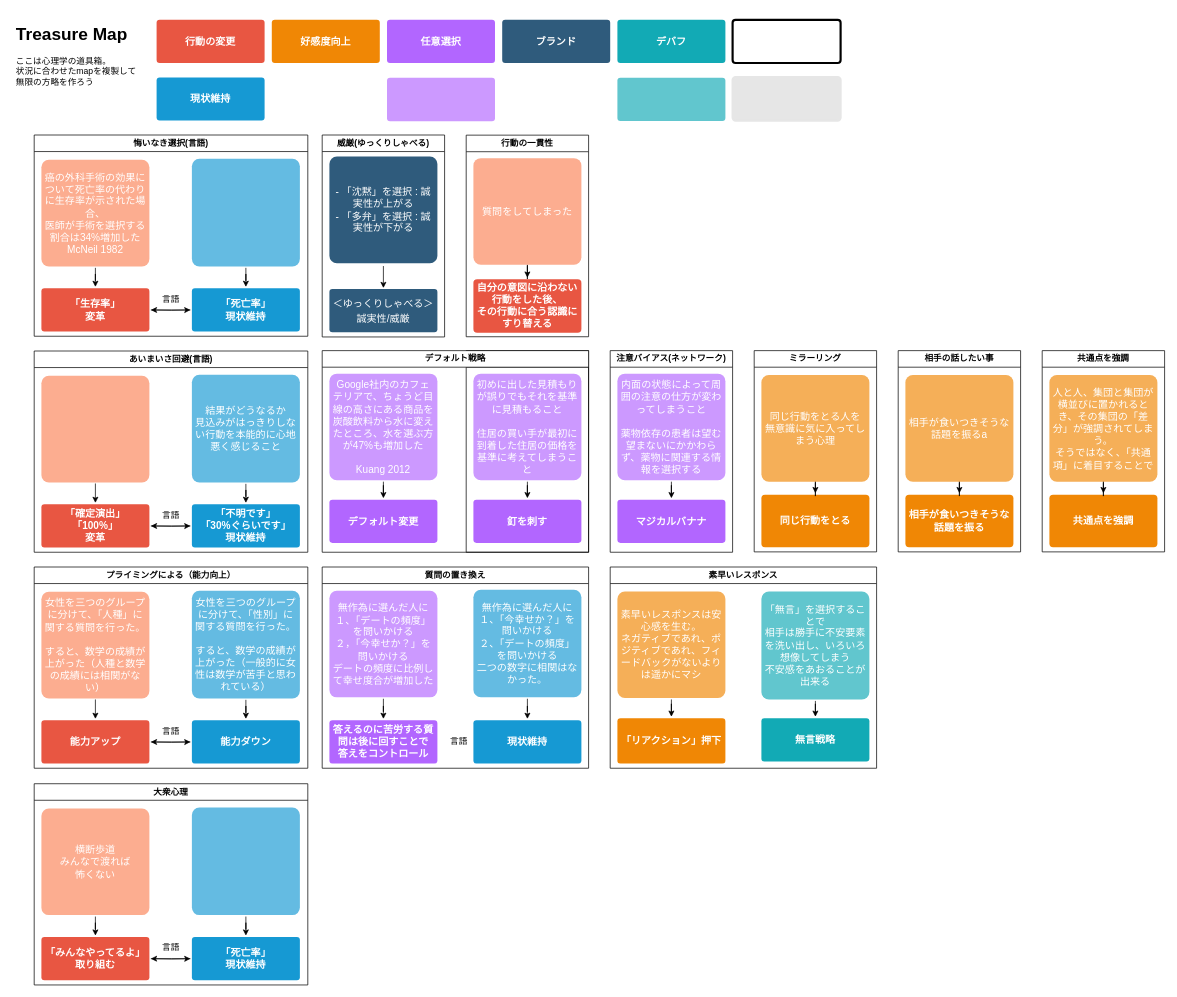
The draw.io diagram page "treasure_map" (1 of 9) of psy/psy.drawio in minegishirei/draw_v1, before the edit. Source tidied: cells renumbered, new cells numbered last; positions are measured from the earlier drawing's top-left corner, leaving out a move shared by most shapes. Both pictures are drawn from the tidied source at 72%, with x=0, y=0 at pixel (12, 19).
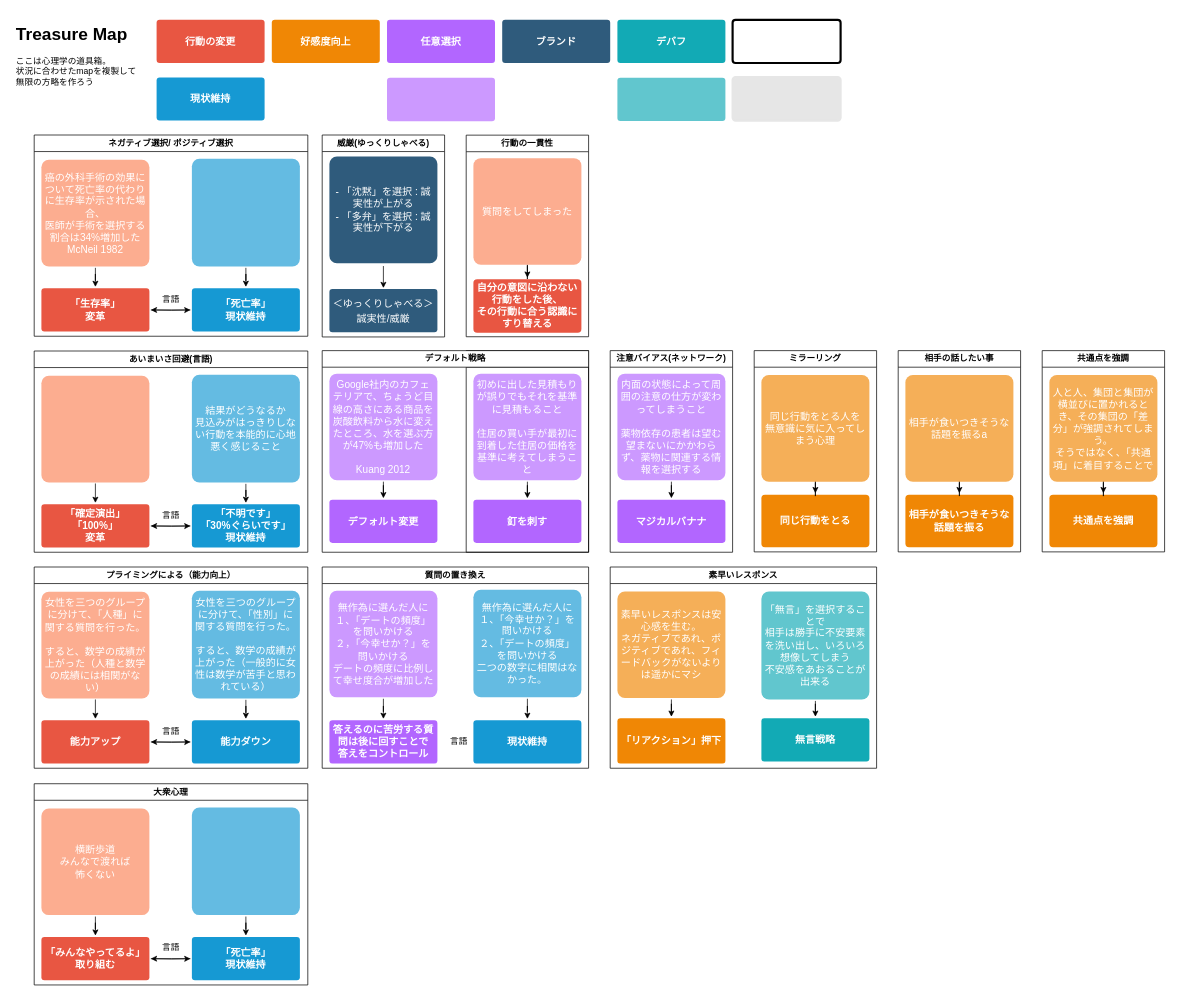
Above is the later version.

Diff of the diagram source:
```diff
@@
-    <mxCell id="57" value="悔いなき選択(言語)" style="swimlane;whiteSpace=wrap;html=1;" parent="1" vertex="1">
+    <mxCell id="57" value="ネガティブ選択/ ポジティブ選択" style="swimlane;whiteSpace=wrap;html=1;startSize=23;" parent="1" vertex="1">
       <mxGeometry x="30" y="160" width="380" height="279.5" as="geometry" />
     </mxCell>
```
